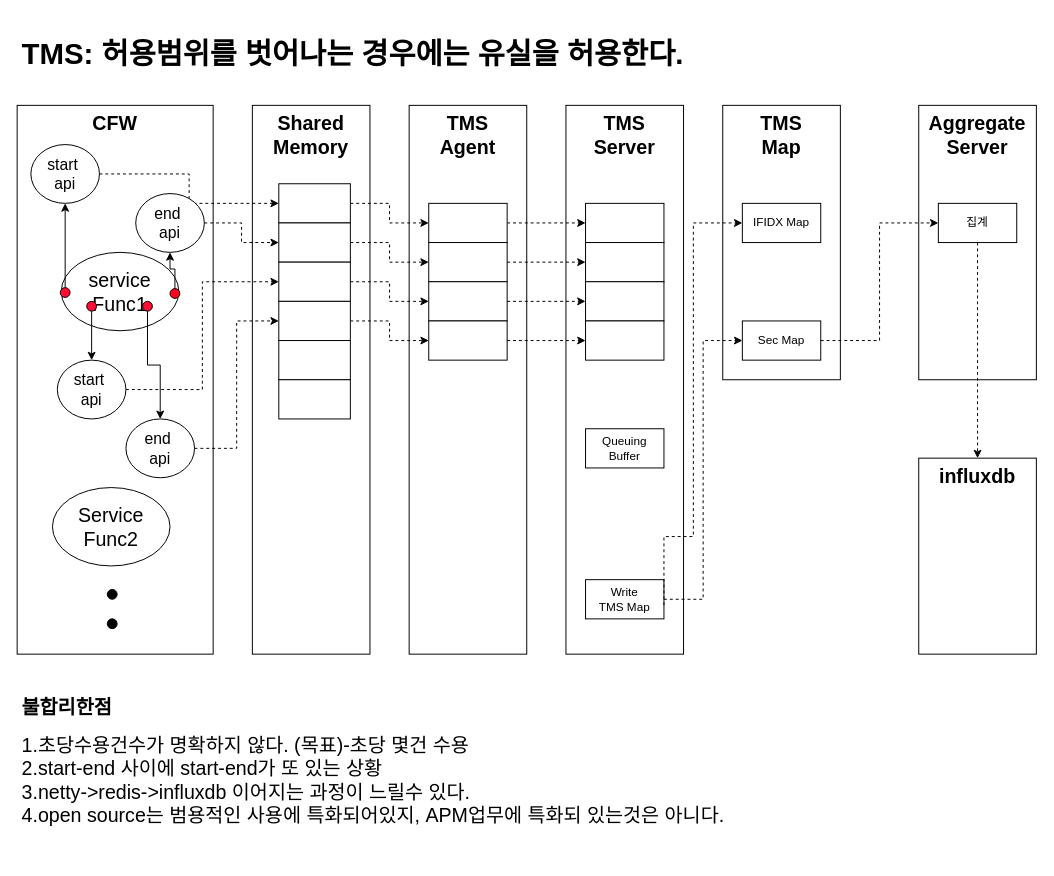
This is page "전체 Flow" (2 of 3) of 제목 없는 다이어그램.drawio from aim65k/nextrade2, a draw.io file, before an edit. Source tidied: cells renumbered, new cells numbered last; positions are measured from the earlier drawing's top-left corner, leaving out a move shared by most shapes. Both pictures are drawn from the tidied source at 98%, with x=0, y=0 at pixel (17, 26).
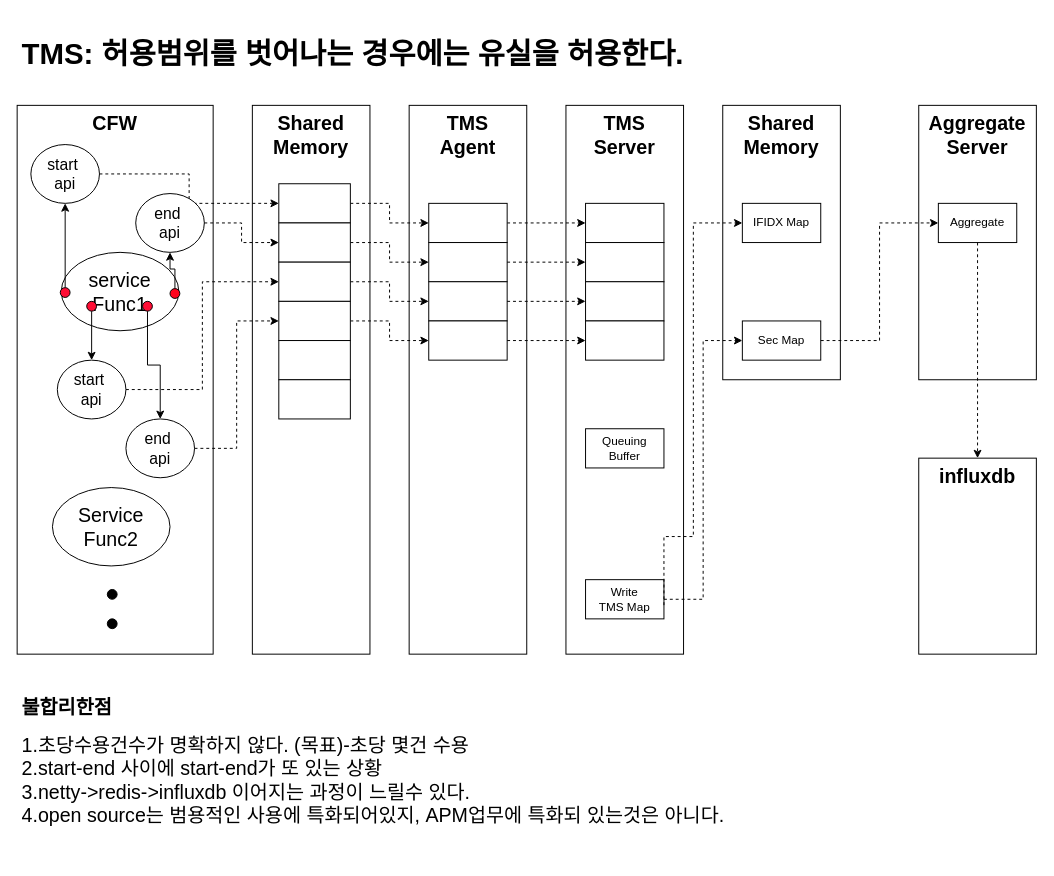
Above is the later version.

The edit, as a diff of the source:
```diff
@@
-    <mxCell id="50" value="TMS&lt;br&gt;Map" style="rounded=0;whiteSpace=wrap;html=1;verticalAlign=top;fontSize=20;fontStyle=1;labelBackgroundColor=none;" parent="1" vertex="1">
+    <mxCell id="50" value="Shared&lt;br&gt;Memory" style="rounded=0;whiteSpace=wrap;html=1;verticalAlign=top;fontSize=20;fontStyle=1;labelBackgroundColor=none;" parent="1" vertex="1">
       <mxGeometry x="720" y="80" width="120" height="280" as="geometry" />
     </mxCell>
@@
-    <mxCell id="59" value="집계" style="rounded=0;whiteSpace=wrap;html=1;labelBackgroundColor=none;" parent="1" vertex="1">
+    <mxCell id="59" value="Aggregate" style="rounded=0;whiteSpace=wrap;html=1;labelBackgroundColor=none;" parent="1" vertex="1">
       <mxGeometry x="940" y="180" width="80" height="40" as="geometry" />
     </mxCell>
```
